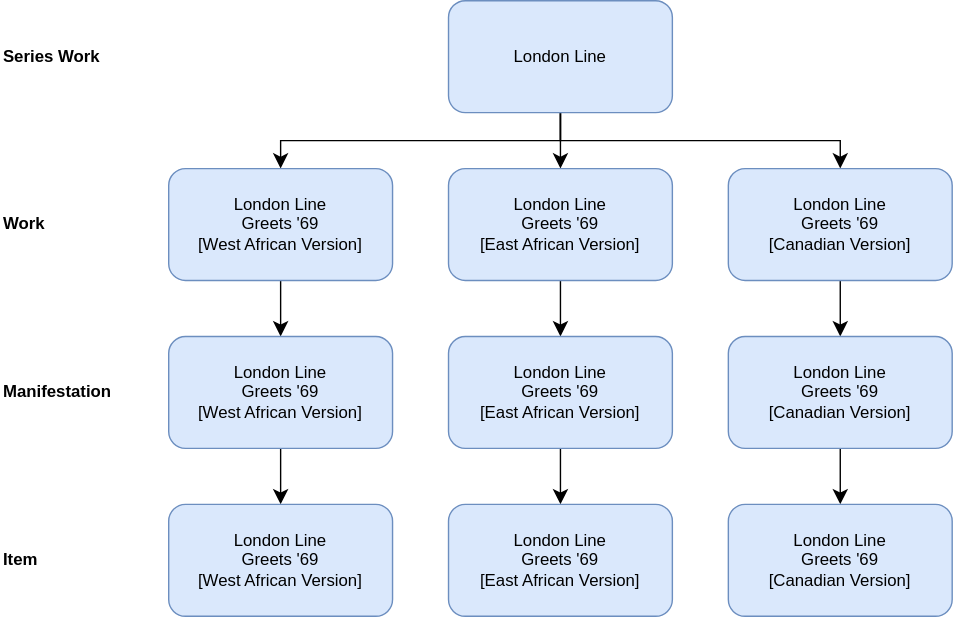
Above: markdown/diagrams/numb_21.drawio.svg in FIAF/fiaf-cataloguing-manual (draw.io), before the change. Source tidied: cells renumbered, new cells last; positions are measured from the earlier drawing's top-left corner, leaving out a move shared by most shapes.
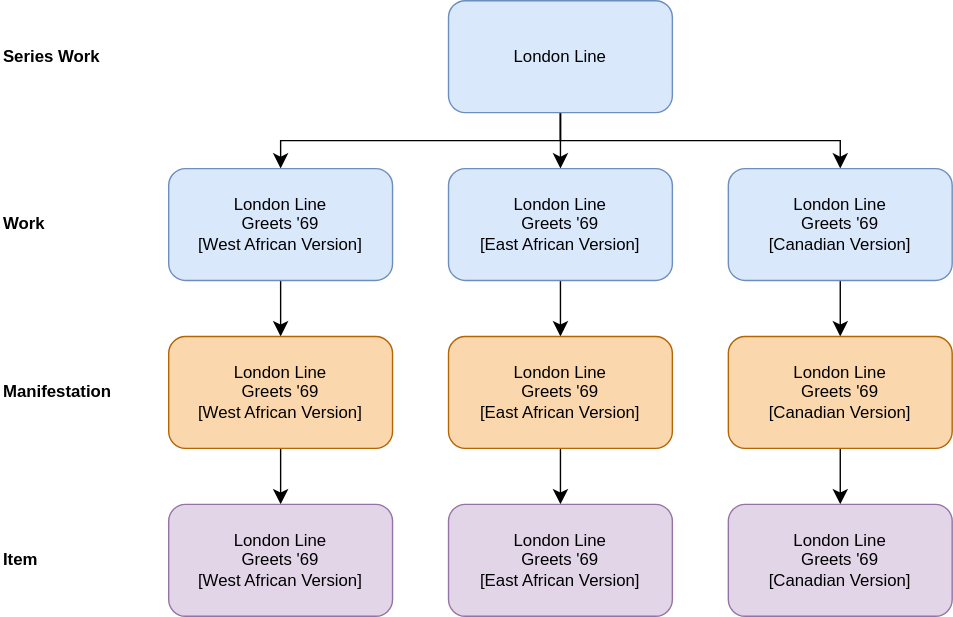
Above is the later version.

The edit, as a diff of the source:
```diff
@@ -5,16 +5,16 @@
     <mxCell id="2" value="Item" style="text;html=1;whiteSpace=wrap;strokeColor=none;fillColor=none;align=left;verticalAlign=middle;rounded=0;fontStyle=1;" parent="1" vertex="1">
       <mxGeometry y="385" width="110" height="30" as="geometry" />
     </mxCell>
-    <mxCell id="3" style="edgeStyle=orthogonalEdgeStyle;rounded=0;jettySize=auto;html=1;exitX=0.5;exitY=1;exitDx=0;exitDy=0;entryX=0.5;entryY=0;entryDx=0;entryDy=0;fontSize=12;startSize=8;endSize=8;" parent="1" edge="1" source="x">
-      <mxGeometry relative="1" as="geometry">
-        <mxPoint x="390" y="360" as="targetPoint" />
-      </mxGeometry>
-    </mxCell>
-    <mxCell id="4" style="edgeStyle=orthogonalEdgeStyle;rounded=0;jettySize=auto;html=1;exitX=0.5;exitY=1;exitDx=0;exitDy=0;entryX=0.5;entryY=0;entryDx=0;entryDy=0;fontSize=12;startSize=8;endSize=8;" parent="1" edge="1" source="x">
-      <mxGeometry relative="1" as="geometry">
-        <mxPoint x="570" y="360" as="targetPoint" />
-      </mxGeometry>
-    </mxCell>
+    <mxCell id="28" style="edgeStyle=orthogonalEdgeStyle;rounded=0;orthogonalLoop=1;jettySize=auto;html=1;exitX=0.5;exitY=1;exitDx=0;exitDy=0;entryX=0.5;entryY=0;entryDx=0;entryDy=0;fontSize=12;startSize=8;endSize=8;" parent="1" edge="1">
+      <mxGeometry relative="1" as="geometry">
+        <mxPoint x="390" y="360" as="targetPoint" />
+      </mxGeometry>
+    </mxCell>
+    <mxCell id="29" style="edgeStyle=orthogonalEdgeStyle;rounded=0;orthogonalLoop=1;jettySize=auto;html=1;exitX=0.5;exitY=1;exitDx=0;exitDy=0;entryX=0.5;entryY=0;entryDx=0;entryDy=0;fontSize=12;startSize=8;endSize=8;" parent="1" edge="1">
+      <mxGeometry relative="1" as="geometry">
+        <mxPoint x="570" y="360" as="targetPoint" />
+      </mxGeometry>
+    </mxCell>
     <mxCell id="5" value="Manifestation" style="text;html=1;whiteSpace=wrap;strokeColor=none;fillColor=none;align=left;verticalAlign=middle;rounded=0;fontStyle=1;" parent="1" vertex="1">
       <mxGeometry y="265" width="110" height="30" as="geometry" />
     </mxCell>
@@ -33,58 +33,58 @@
     <mxCell id="10" value="Series Work" style="text;html=1;whiteSpace=wrap;strokeColor=none;fillColor=none;align=left;verticalAlign=middle;rounded=0;fontStyle=1;" parent="1" vertex="1">
       <mxGeometry y="25" width="110" height="30" as="geometry" />
     </mxCell>
-    <mxCell id="11" style="edgeStyle=none;curved=1;rounded=0;jettySize=auto;html=1;exitX=0.5;exitY=1;exitDx=0;exitDy=0;entryX=0.5;entryY=0;entryDx=0;entryDy=0;fontSize=12;startSize=8;endSize=8;" parent="1" edge="1" target="x">
-      <mxGeometry relative="1" as="geometry">
-        <mxPoint x="210" y="320" as="sourcePoint" />
-      </mxGeometry>
-    </mxCell>
+    <mxCell id="30" style="edgeStyle=none;curved=1;rounded=0;orthogonalLoop=1;jettySize=auto;html=1;exitX=0.5;exitY=1;exitDx=0;exitDy=0;entryX=0.5;entryY=0;entryDx=0;entryDy=0;fontSize=12;startSize=8;endSize=8;" parent="1" edge="1">
+      <mxGeometry relative="1" as="geometry">
+        <mxPoint x="210" y="320" as="sourcePoint" />
+      </mxGeometry>
+    </mxCell>
     <mxCell id="12" value="Work" style="text;html=1;whiteSpace=wrap;strokeColor=none;fillColor=none;align=left;verticalAlign=middle;rounded=0;fontStyle=1;" parent="1" vertex="1">
       <mxGeometry y="145" width="110" height="30" as="geometry" />
     </mxCell>
-    <mxCell id="13" style="edgeStyle=none;curved=1;rounded=0;jettySize=auto;html=1;exitX=0.5;exitY=1;exitDx=0;exitDy=0;entryX=0.5;entryY=0;entryDx=0;entryDy=0;fontSize=12;startSize=8;endSize=8;" parent="1" edge="1" source="14" target="20">
-      <mxGeometry relative="1" as="geometry" />
-    </mxCell>
+    <mxCell id="31" style="edgeStyle=none;curved=1;rounded=0;jettySize=auto;html=1;exitX=0.5;exitY=1;exitDx=0;exitDy=0;entryX=0.5;entryY=0;entryDx=0;entryDy=0;fontSize=12;startSize=8;endSize=8;" parent="1" edge="1" source="14" target="35">
+      <mxGeometry relative="1" as="geometry" />
+    </mxCell>
     <mxCell id="14" value="&lt;div&gt;London Line&lt;/div&gt;&lt;div&gt;Greets '69&lt;/div&gt;&lt;div&gt;[West African Version]&lt;/div&gt;" style="rounded=1;whiteSpace=wrap;html=1;fillColor=#dae8fc;strokeColor=#6c8ebf;" parent="1" vertex="1">
       <mxGeometry x="120" y="120" width="160" height="80" as="geometry" />
     </mxCell>
-    <mxCell id="15" style="edgeStyle=none;curved=1;rounded=0;jettySize=auto;html=1;exitX=0.5;exitY=1;exitDx=0;exitDy=0;entryX=0.5;entryY=0;entryDx=0;entryDy=0;fontSize=12;startSize=8;endSize=8;" parent="1" edge="1" source="16" target="22">
-      <mxGeometry relative="1" as="geometry" />
-    </mxCell>
+    <mxCell id="32" style="edgeStyle=none;curved=1;rounded=0;jettySize=auto;html=1;exitX=0.5;exitY=1;exitDx=0;exitDy=0;entryX=0.5;entryY=0;entryDx=0;entryDy=0;fontSize=12;startSize=8;endSize=8;" parent="1" edge="1" source="16" target="37">
+      <mxGeometry relative="1" as="geometry" />
+    </mxCell>
     <mxCell id="16" value="&lt;div&gt;London Line&lt;/div&gt;&lt;div&gt;Greets '69&lt;/div&gt;&lt;div&gt;[East African Version]&lt;/div&gt;" style="rounded=1;whiteSpace=wrap;html=1;fillColor=#dae8fc;strokeColor=#6c8ebf;" parent="1" vertex="1">
       <mxGeometry x="320" y="120" width="160" height="80" as="geometry" />
     </mxCell>
-    <mxCell id="17" style="edgeStyle=none;curved=1;rounded=0;jettySize=auto;html=1;exitX=0.5;exitY=1;exitDx=0;exitDy=0;entryX=0.5;entryY=0;entryDx=0;entryDy=0;fontSize=12;startSize=8;endSize=8;" parent="1" edge="1" source="18" target="24">
-      <mxGeometry relative="1" as="geometry" />
-    </mxCell>
+    <mxCell id="33" style="edgeStyle=none;curved=1;rounded=0;jettySize=auto;html=1;exitX=0.5;exitY=1;exitDx=0;exitDy=0;entryX=0.5;entryY=0;entryDx=0;entryDy=0;fontSize=12;startSize=8;endSize=8;" parent="1" edge="1" source="18" target="39">
+      <mxGeometry relative="1" as="geometry" />
+    </mxCell>
     <mxCell id="18" value="&lt;div&gt;London Line&lt;/div&gt;&lt;div&gt;Greets '69&lt;/div&gt;&lt;div&gt;[Canadian Version]&lt;/div&gt;" style="rounded=1;whiteSpace=wrap;html=1;fillColor=#dae8fc;strokeColor=#6c8ebf;" parent="1" vertex="1">
       <mxGeometry x="520" y="120" width="160" height="80" as="geometry" />
     </mxCell>
-    <mxCell id="19" style="edgeStyle=none;curved=1;rounded=0;jettySize=auto;html=1;exitX=0.5;exitY=1;exitDx=0;exitDy=0;entryX=0.5;entryY=0;entryDx=0;entryDy=0;fontSize=12;startSize=8;endSize=8;" parent="1" edge="1" source="20" target="25">
-      <mxGeometry relative="1" as="geometry" />
-    </mxCell>
-    <mxCell id="20" value="&lt;div&gt;London Line&lt;/div&gt;&lt;div&gt;Greets '69&lt;/div&gt;&lt;div&gt;[West African Version]&lt;/div&gt;" style="rounded=1;whiteSpace=wrap;html=1;fillColor=#dae8fc;strokeColor=#6c8ebf;" parent="1" vertex="1">
-      <mxGeometry x="120" y="240" width="160" height="80" as="geometry" />
-    </mxCell>
-    <mxCell id="21" style="edgeStyle=none;curved=1;rounded=0;jettySize=auto;html=1;exitX=0.5;exitY=1;exitDx=0;exitDy=0;entryX=0.5;entryY=0;entryDx=0;entryDy=0;fontSize=12;startSize=8;endSize=8;" parent="1" edge="1" source="22" target="26">
-      <mxGeometry relative="1" as="geometry" />
-    </mxCell>
-    <mxCell id="22" value="&lt;div&gt;London Line&lt;/div&gt;&lt;div&gt;Greets '69&lt;/div&gt;&lt;div&gt;[East African Version]&lt;/div&gt;" style="rounded=1;whiteSpace=wrap;html=1;fillColor=#dae8fc;strokeColor=#6c8ebf;" parent="1" vertex="1">
-      <mxGeometry x="320" y="240" width="160" height="80" as="geometry" />
-    </mxCell>
-    <mxCell id="23" style="edgeStyle=none;curved=1;rounded=0;jettySize=auto;html=1;exitX=0.5;exitY=1;exitDx=0;exitDy=0;entryX=0.5;entryY=0;entryDx=0;entryDy=0;fontSize=12;startSize=8;endSize=8;" parent="1" edge="1" source="24" target="27">
-      <mxGeometry relative="1" as="geometry" />
-    </mxCell>
-    <mxCell id="24" value="&lt;div&gt;London Line&lt;/div&gt;&lt;div&gt;Greets '69&lt;/div&gt;&lt;div&gt;[Canadian Version]&lt;/div&gt;" style="rounded=1;whiteSpace=wrap;html=1;fillColor=#dae8fc;strokeColor=#6c8ebf;" parent="1" vertex="1">
-      <mxGeometry x="520" y="240" width="160" height="80" as="geometry" />
-    </mxCell>
-    <mxCell id="25" value="&lt;div&gt;London Line&lt;/div&gt;&lt;div&gt;Greets '69&lt;/div&gt;&lt;div&gt;[West African Version]&lt;/div&gt;" style="rounded=1;whiteSpace=wrap;html=1;fillColor=#dae8fc;strokeColor=#6c8ebf;" parent="1" vertex="1">
-      <mxGeometry x="120" y="360" width="160" height="80" as="geometry" />
-    </mxCell>
-    <mxCell id="26" value="&lt;div&gt;London Line&lt;/div&gt;&lt;div&gt;Greets '69&lt;/div&gt;&lt;div&gt;[East African Version]&lt;/div&gt;" style="rounded=1;whiteSpace=wrap;html=1;fillColor=#dae8fc;strokeColor=#6c8ebf;" parent="1" vertex="1">
-      <mxGeometry x="320" y="360" width="160" height="80" as="geometry" />
-    </mxCell>
-    <mxCell id="27" value="&lt;div&gt;London Line&lt;/div&gt;&lt;div&gt;Greets '69&lt;/div&gt;&lt;div&gt;[Canadian Version]&lt;/div&gt;" style="rounded=1;whiteSpace=wrap;html=1;fillColor=#dae8fc;strokeColor=#6c8ebf;" parent="1" vertex="1">
-      <mxGeometry x="520" y="360" width="160" height="80" as="geometry" />
-    </mxCell>
+    <mxCell id="34" style="edgeStyle=none;curved=1;rounded=0;jettySize=auto;html=1;exitX=0.5;exitY=1;exitDx=0;exitDy=0;entryX=0.5;entryY=0;entryDx=0;entryDy=0;fontSize=12;startSize=8;endSize=8;" parent="1" edge="1" source="35" target="40">
+      <mxGeometry relative="1" as="geometry" />
+    </mxCell>
+    <mxCell id="35" value="&lt;div&gt;London Line&lt;/div&gt;&lt;div&gt;Greets '69&lt;/div&gt;&lt;div&gt;[West African Version]&lt;/div&gt;" style="rounded=1;whiteSpace=wrap;html=1;fillColor=#fad7ac;strokeColor=#b46504;" parent="1" vertex="1">
+      <mxGeometry x="120" y="240" width="160" height="80" as="geometry" />
+    </mxCell>
+    <mxCell id="36" style="edgeStyle=none;curved=1;rounded=0;jettySize=auto;html=1;exitX=0.5;exitY=1;exitDx=0;exitDy=0;entryX=0.5;entryY=0;entryDx=0;entryDy=0;fontSize=12;startSize=8;endSize=8;" parent="1" edge="1" source="37" target="41">
+      <mxGeometry relative="1" as="geometry" />
+    </mxCell>
+    <mxCell id="37" value="&lt;div&gt;London Line&lt;/div&gt;&lt;div&gt;Greets '69&lt;/div&gt;&lt;div&gt;[East African Version]&lt;/div&gt;" style="rounded=1;whiteSpace=wrap;html=1;fillColor=#fad7ac;strokeColor=#b46504;" parent="1" vertex="1">
+      <mxGeometry x="320" y="240" width="160" height="80" as="geometry" />
+    </mxCell>
+    <mxCell id="38" style="edgeStyle=none;curved=1;rounded=0;jettySize=auto;html=1;exitX=0.5;exitY=1;exitDx=0;exitDy=0;entryX=0.5;entryY=0;entryDx=0;entryDy=0;fontSize=12;startSize=8;endSize=8;" parent="1" edge="1" source="39" target="42">
+      <mxGeometry relative="1" as="geometry" />
+    </mxCell>
+    <mxCell id="39" value="&lt;div&gt;London Line&lt;/div&gt;&lt;div&gt;Greets '69&lt;/div&gt;&lt;div&gt;[Canadian Version]&lt;/div&gt;" style="rounded=1;whiteSpace=wrap;html=1;fillColor=#fad7ac;strokeColor=#b46504;" parent="1" vertex="1">
+      <mxGeometry x="520" y="240" width="160" height="80" as="geometry" />
+    </mxCell>
+    <mxCell id="40" value="&lt;div&gt;London Line&lt;/div&gt;&lt;div&gt;Greets '69&lt;/div&gt;&lt;div&gt;[West African Version]&lt;/div&gt;" style="rounded=1;whiteSpace=wrap;html=1;fillColor=#e1d5e7;strokeColor=#9673a6;" parent="1" vertex="1">
+      <mxGeometry x="120" y="360" width="160" height="80" as="geometry" />
+    </mxCell>
+    <mxCell id="41" value="&lt;div&gt;London Line&lt;/div&gt;&lt;div&gt;Greets '69&lt;/div&gt;&lt;div&gt;[East African Version]&lt;/div&gt;" style="rounded=1;whiteSpace=wrap;html=1;fillColor=#e1d5e7;strokeColor=#9673a6;" parent="1" vertex="1">
+      <mxGeometry x="320" y="360" width="160" height="80" as="geometry" />
+    </mxCell>
+    <mxCell id="42" value="&lt;div&gt;London Line&lt;/div&gt;&lt;div&gt;Greets '69&lt;/div&gt;&lt;div&gt;[Canadian Version]&lt;/div&gt;" style="rounded=1;whiteSpace=wrap;html=1;fillColor=#e1d5e7;strokeColor=#9673a6;" parent="1" vertex="1">
+      <mxGeometry x="520" y="360" width="160" height="80" as="geometry" />
+    </mxCell>
   </root>
 </mxGraphModel>
```
